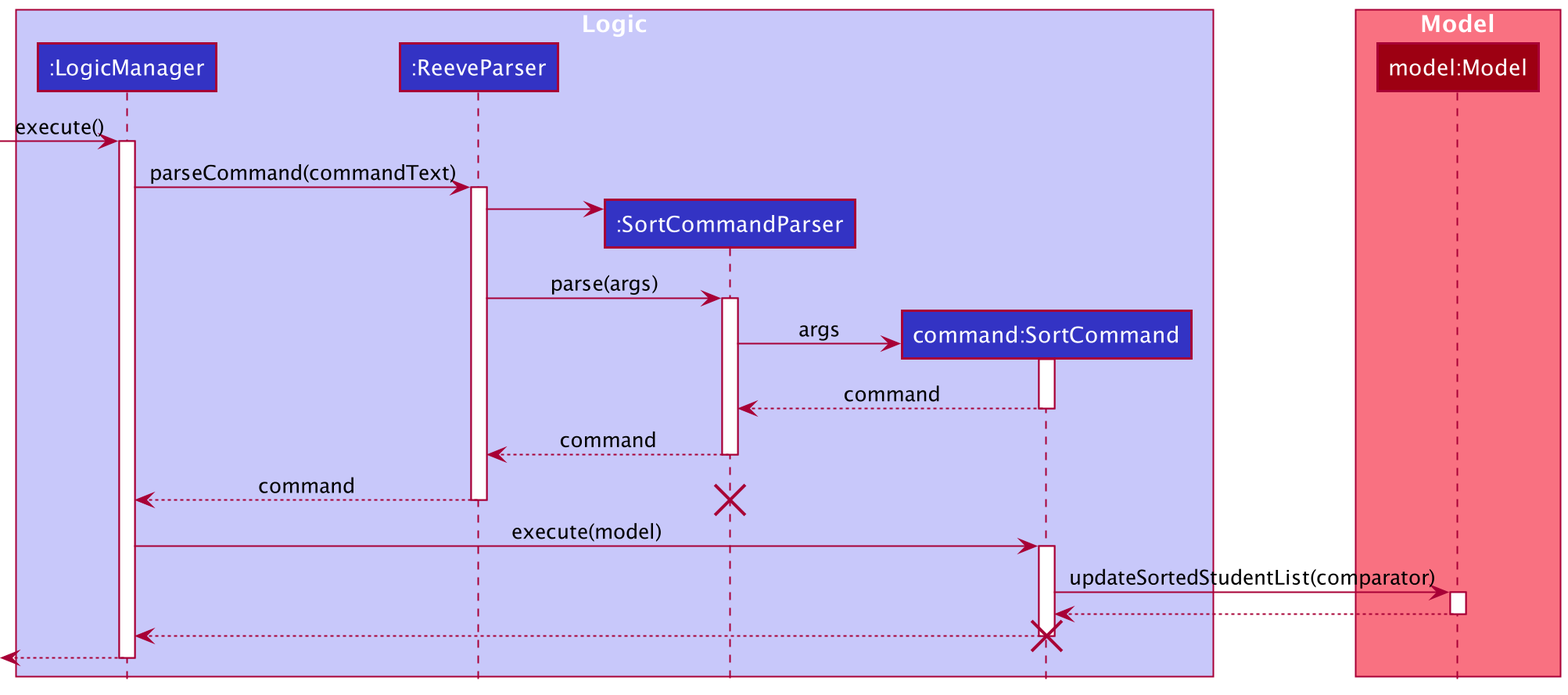
The PlantUML diagram docs/images/SortCommandSequenceDiagram.png in nus-cs2103-AY2021S1/tp, before a commit.
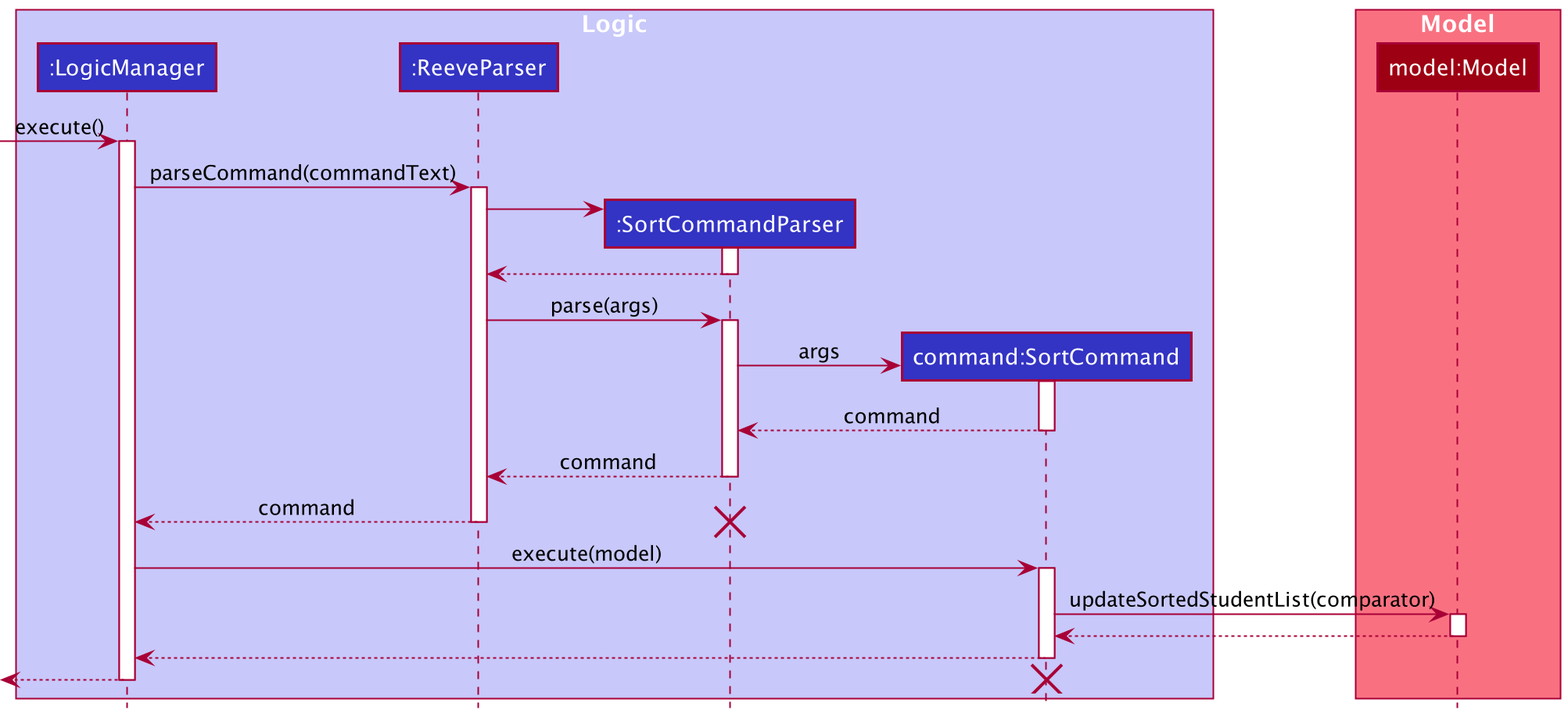
The same diagram one commit later.

Commit message:
Update Sequence Diagrams to include activation bar for constructors and to move deletion icon

Diff of the diagram source:
```diff
@@ -12,7 +12,8 @@
 activate logic
 logic -> parser ++: parseCommand(commandText)
 create commandParser
-parser -> commandParser
+parser -> commandParser ++:
+return
 parser -> commandParser ++: parse(args)
 create command
 commandParser -> command ++: args
@@ -30,8 +31,8 @@
     command -> model++: updateSortedStudentList(comparator)
     return
 return
+return
 destroy command
-return
 end box
 
 @enduml
```
